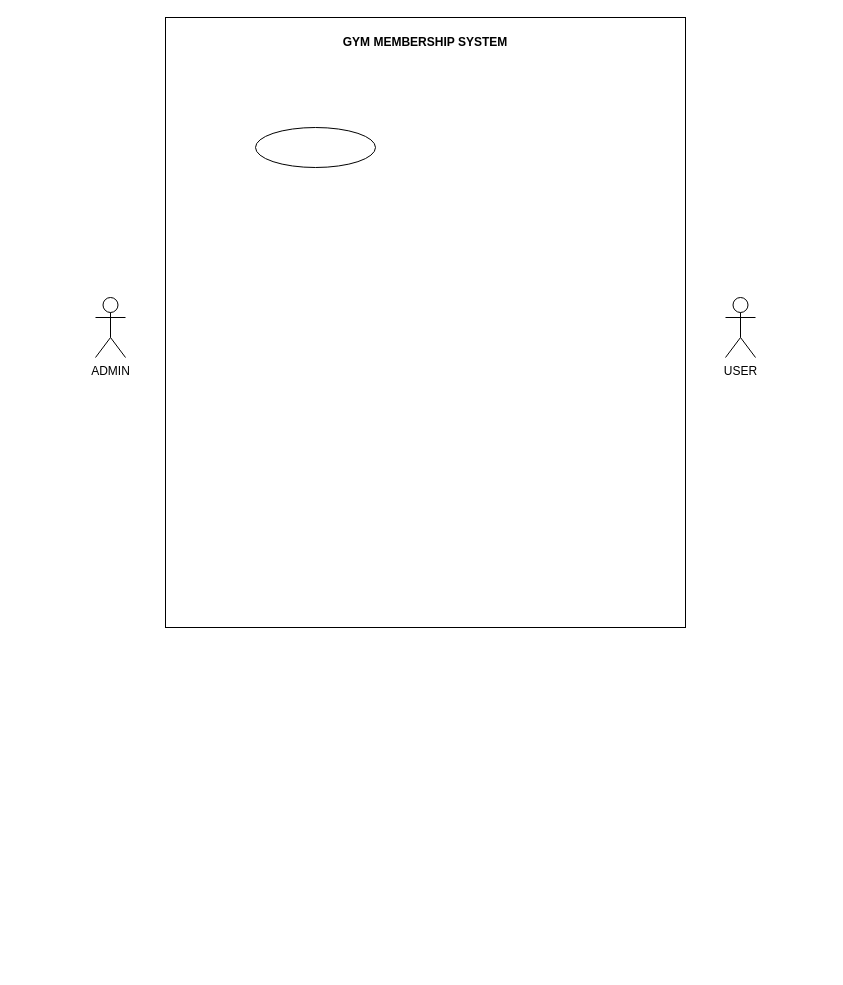
Earlier version of the draw.io diagram Use Case Gym_Membership.drawio (AbeSoll/Draw.io). Source tidied: cells renumbered, new cells numbered last; positions are measured from the earlier drawing's top-left corner, leaving out a move shared by most shapes. Both pictures are drawn from the tidied source at 100%, with x=0, y=0 at pixel (95, 17).
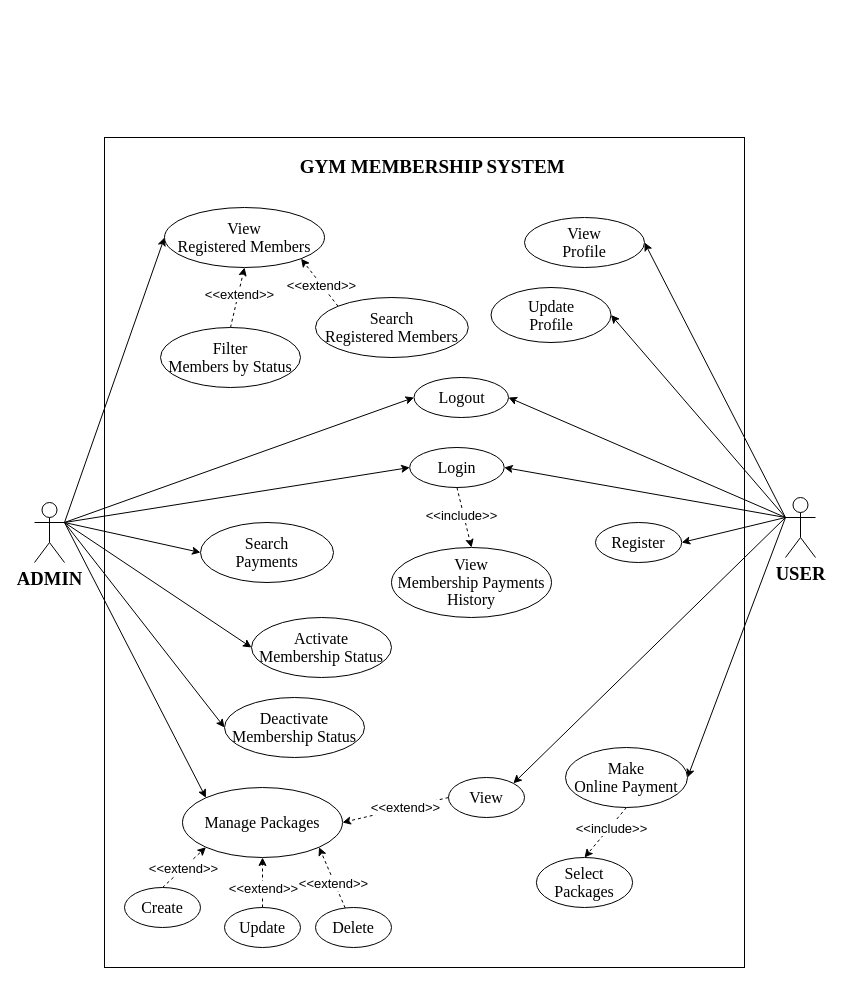
After the change.

What changed in the source:
```diff
@@
     <mxCell id="2" style="rounded=0;whiteSpace=wrap;html=1;" parent="1" vertex="1">
-      <mxGeometry x="70" width="520" height="610" as="geometry" />
+      <mxGeometry x="9" y="120" width="640" height="830" as="geometry" />
     </mxCell>
+    <mxCell id="7" style="rounded=0;jettySize=auto;html=1;exitX=1;exitY=0.3333333333333333;exitDx=0;exitDy=0;exitPerimeter=0;entryX=0;entryY=0.5;entryDx=0;entryDy=0;" parent="1" edge="1" source="3" target="21">
+      <mxGeometry relative="1" as="geometry" />
+    </mxCell>
+    <mxCell id="8" style="rounded=0;jettySize=auto;html=1;exitX=1;exitY=0.3333333333333333;exitDx=0;exitDy=0;exitPerimeter=0;entryX=0;entryY=0.5;entryDx=0;entryDy=0;" parent="1" edge="1" source="3" target="29">
+      <mxGeometry relative="1" as="geometry" />
+    </mxCell>
+    <mxCell id="9" style="rounded=0;jettySize=auto;html=1;entryX=0;entryY=0;entryDx=0;entryDy=0;exitX=1;exitY=0.3333333333333333;exitDx=0;exitDy=0;exitPerimeter=0;" parent="1" edge="1" source="3" target="30">
+      <mxGeometry relative="1" as="geometry" />
+    </mxCell>
+    <mxCell id="10" style="rounded=0;jettySize=auto;html=1;exitX=1;exitY=0.3333333333333333;exitDx=0;exitDy=0;exitPerimeter=0;entryX=0;entryY=0.5;entryDx=0;entryDy=0;" parent="1" edge="1" source="3" target="34">
+      <mxGeometry relative="1" as="geometry" />
+    </mxCell>
+    <mxCell id="11" style="rounded=0;jettySize=auto;html=1;exitX=1;exitY=0.3333333333333333;exitDx=0;exitDy=0;exitPerimeter=0;entryX=0;entryY=0.5;entryDx=0;entryDy=0;" parent="1" edge="1" source="3" target="49">
+      <mxGeometry relative="1" as="geometry" />
+    </mxCell>
+    <mxCell id="12" style="rounded=0;jettySize=auto;html=1;exitX=1;exitY=0.3333333333333333;exitDx=0;exitDy=0;exitPerimeter=0;entryX=0;entryY=0.5;entryDx=0;entryDy=0;" parent="1" edge="1" source="3" target="53">
+      <mxGeometry relative="1" as="geometry" />
+    </mxCell>
+    <mxCell id="13" style="rounded=0;jettySize=auto;html=1;exitX=1;exitY=0.3333333333333333;exitDx=0;exitDy=0;exitPerimeter=0;entryX=0;entryY=0.5;entryDx=0;entryDy=0;" parent="1" edge="1" source="3" target="54">
+      <mxGeometry relative="1" as="geometry" />
+    </mxCell>
-    <mxCell id="3" value="ADMIN" style="shape=umlActor;verticalLabelPosition=bottom;verticalAlign=top;html=1;outlineConnect=0;" parent="1" vertex="1">
-      <mxGeometry y="280" width="30" height="60" as="geometry" />
+    <mxCell id="3" value="&lt;b&gt;&lt;span style=&quot;font-size: 14pt; line-height: 107%; font-family: &amp;quot;Times New Roman&amp;quot;, serif;&quot;&gt;ADMIN&lt;/span&gt;&lt;/b&gt;" style="shape=umlActor;verticalLabelPosition=bottom;verticalAlign=top;html=1;outlineConnect=0;" parent="1" vertex="1">
+      <mxGeometry x="-61" y="485" width="30" height="60" as="geometry" />
     </mxCell>
+    <mxCell id="14" style="rounded=0;jettySize=auto;html=1;exitX=0;exitY=0.3333333333333333;exitDx=0;exitDy=0;exitPerimeter=0;entryX=1;entryY=0.5;entryDx=0;entryDy=0;" parent="1" edge="1" source="4" target="31">
+      <mxGeometry relative="1" as="geometry" />
+    </mxCell>
+    <mxCell id="15" style="rounded=0;jettySize=auto;html=1;exitX=0;exitY=0.3333333333333333;exitDx=0;exitDy=0;exitPerimeter=0;entryX=1;entryY=0.5;entryDx=0;entryDy=0;" parent="1" edge="1" source="4" target="35">
+      <mxGeometry relative="1" as="geometry" />
+    </mxCell>
+    <mxCell id="16" style="rounded=0;jettySize=auto;html=1;exitX=0;exitY=0.3333333333333333;exitDx=0;exitDy=0;exitPerimeter=0;entryX=1;entryY=0;entryDx=0;entryDy=0;" parent="1" edge="1" source="4" target="46">
+      <mxGeometry relative="1" as="geometry" />
+    </mxCell>
+    <mxCell id="17" style="rounded=0;jettySize=auto;html=1;exitX=0;exitY=0.3333333333333333;exitDx=0;exitDy=0;exitPerimeter=0;entryX=1;entryY=0.5;entryDx=0;entryDy=0;" parent="1" edge="1" source="4" target="39">
+      <mxGeometry relative="1" as="geometry" />
+    </mxCell>
+    <mxCell id="18" style="rounded=0;jettySize=auto;html=1;exitX=0;exitY=0.3333333333333333;exitDx=0;exitDy=0;exitPerimeter=0;entryX=1;entryY=0.5;entryDx=0;entryDy=0;" parent="1" edge="1" source="4" target="34">
+      <mxGeometry relative="1" as="geometry" />
+    </mxCell>
+    <mxCell id="19" style="rounded=0;jettySize=auto;html=1;exitX=0;exitY=0.3333333333333333;exitDx=0;exitDy=0;exitPerimeter=0;entryX=1;entryY=0.5;entryDx=0;entryDy=0;" parent="1" edge="1" source="4" target="6">
+      <mxGeometry relative="1" as="geometry" />
+    </mxCell>
+    <mxCell id="20" style="rounded=0;jettySize=auto;html=1;exitX=0;exitY=0.3333333333333333;exitDx=0;exitDy=0;exitPerimeter=0;entryX=1;entryY=0.5;entryDx=0;entryDy=0;" parent="1" edge="1" source="4" target="49">
+      <mxGeometry relative="1" as="geometry" />
+    </mxCell>
-    <mxCell id="4" value="USER" style="shape=umlActor;verticalLabelPosition=bottom;verticalAlign=top;html=1;outlineConnect=0;" parent="1" vertex="1">
-      <mxGeometry x="630" y="280" width="30" height="60" as="geometry" />
+    <mxCell id="4" value="&lt;b&gt;&lt;span style=&quot;font-size: 14pt; line-height: 107%; font-family: &amp;quot;Times New Roman&amp;quot;, serif;&quot;&gt;USER&lt;/span&gt;&lt;/b&gt;" style="shape=umlActor;verticalLabelPosition=bottom;verticalAlign=top;html=1;outlineConnect=0;" parent="1" vertex="1">
+      <mxGeometry x="690" y="480" width="30" height="60" as="geometry" />
     </mxCell>
-    <mxCell id="5" value="GYM MEMBERSHIP SYSTEM" style="text;html=1;align=center;verticalAlign=middle;whiteSpace=wrap;rounded=0;fontStyle=1;" parent="1" vertex="1">
-      <mxGeometry x="227" y="10" width="206" height="30" as="geometry" />
+    <mxCell id="5" value="&lt;p class=&quot;MsoNormal&quot; align=&quot;center&quot; style=&quot;margin-bottom: 0cm; line-height: 150%;&quot;&gt;&lt;b&gt;&lt;span style=&quot;line-height: 150%; font-family: &amp;quot;Times New Roman&amp;quot;, serif;&quot;&gt;GYM MEMBERSHIP SYSTEM&amp;nbsp;&lt;/span&gt;&lt;/b&gt;&lt;/p&gt;" style="text;html=1;align=center;verticalAlign=middle;whiteSpace=wrap;rounded=0;fontStyle=1;fontSize=19;" parent="1" vertex="1">
+      <mxGeometry x="162.5" y="120" width="353" height="40" as="geometry" />
     </mxCell>
-    <mxCell id="6" style="ellipse;whiteSpace=wrap;html=1;" parent="1" vertex="1">
-      <mxGeometry x="160" y="110" width="120" height="40" as="geometry" />
+    <mxCell id="6" value="&lt;span style=&quot;font-size: 12pt; line-height: 107%; font-family: &amp;quot;Times New Roman&amp;quot;, serif;&quot;&gt;Register&lt;/span&gt;" style="ellipse;whiteSpace=wrap;html=1;" parent="1" vertex="1">
+      <mxGeometry x="500" y="505" width="86.2" height="40" as="geometry" />
     </mxCell>
+    <mxCell id="21" value="&lt;span style=&quot;font-size: 12pt; line-height: 107%; font-family: &amp;quot;Times New Roman&amp;quot;, serif;&quot;&gt;View&lt;br/&gt;Registered Members&lt;/span&gt;" style="ellipse;whiteSpace=wrap;html=1;" parent="1" vertex="1">
+      <mxGeometry x="69" y="190" width="160" height="60" as="geometry" />
+    </mxCell>
+    <mxCell id="22" style="rounded=0;jettySize=auto;html=1;exitX=0;exitY=0;exitDx=0;exitDy=0;entryX=1;entryY=1;entryDx=0;entryDy=0;dashed=1;" parent="1" edge="1" source="24" target="21">
+      <mxGeometry relative="1" as="geometry" />
+    </mxCell>
+    <mxCell id="23" value="&amp;lt;&amp;lt;extend&amp;gt;&amp;gt;" style="edgeLabel;html=1;align=center;verticalAlign=middle;fontSize=13;" parent="22" vertex="1">
+      <mxGeometry x="-0.09" relative="1" as="geometry" />
+    </mxCell>
+    <mxCell id="24" value="&lt;span style=&quot;font-size: 12pt; line-height: 107%; font-family: &amp;quot;Times New Roman&amp;quot;, serif;&quot;&gt;Search&lt;br/&gt;Registered Members&lt;/span&gt;" style="ellipse;whiteSpace=wrap;html=1;" parent="1" vertex="1">
+      <mxGeometry x="220" y="280" width="152.8" height="60" as="geometry" />
+    </mxCell>
+    <mxCell id="25" style="rounded=0;jettySize=auto;html=1;exitX=0.5;exitY=0;exitDx=0;exitDy=0;entryX=0.5;entryY=1;entryDx=0;entryDy=0;dashed=1;" parent="1" edge="1" source="27" target="21">
+      <mxGeometry relative="1" as="geometry" />
+    </mxCell>
+    <mxCell id="26" value="&amp;lt;&amp;lt;extend&amp;gt;&amp;gt;" style="edgeLabel;html=1;align=center;verticalAlign=middle;fontSize=13;" parent="25" vertex="1">
+      <mxGeometry x="0.12" y="-1" relative="1" as="geometry" />
+    </mxCell>
+    <mxCell id="27" value="&lt;span style=&quot;font-size: 12pt; line-height: 107%; font-family: &amp;quot;Times New Roman&amp;quot;, serif;&quot;&gt;Filter&lt;br/&gt;Members by Status&lt;/span&gt;" style="ellipse;whiteSpace=wrap;html=1;" parent="1" vertex="1">
+      <mxGeometry x="65" y="310" width="140" height="60" as="geometry" />
+    </mxCell>
+    <mxCell id="28" value="&lt;span style=&quot;font-size: 12pt; line-height: 107%; font-family: &amp;quot;Times New Roman&amp;quot;, serif;&quot;&gt;View&lt;br&gt;Membership Payments History&lt;/span&gt;" style="ellipse;whiteSpace=wrap;html=1;" parent="1" vertex="1">
+      <mxGeometry x="296" y="530" width="160" height="70" as="geometry" />
+    </mxCell>
+    <mxCell id="29" value="&lt;span style=&quot;font-size: 12pt; line-height: 107%; font-family: &amp;quot;Times New Roman&amp;quot;, serif;&quot;&gt;Search&lt;br/&gt;Payments&lt;/span&gt;" style="ellipse;whiteSpace=wrap;html=1;" parent="1" vertex="1">
+      <mxGeometry x="105" y="505" width="133" height="60" as="geometry" />
+    </mxCell>
+    <mxCell id="30" value="&lt;font face=&quot;Times New Roman, serif&quot;&gt;&lt;span style=&quot;font-size: 16px;&quot;&gt;Manage Packages&lt;/span&gt;&lt;/font&gt;" style="ellipse;whiteSpace=wrap;html=1;" parent="1" vertex="1">
+      <mxGeometry x="87" y="770" width="160" height="70" as="geometry" />
+    </mxCell>
+    <mxCell id="31" value="&lt;span style=&quot;font-size: 12pt; line-height: 107%; font-family: &amp;quot;Times New Roman&amp;quot;, serif;&quot;&gt;View&lt;br/&gt;Profile&lt;/span&gt;" style="ellipse;whiteSpace=wrap;html=1;" parent="1" vertex="1">
+      <mxGeometry x="429" y="200" width="120" height="50" as="geometry" />
+    </mxCell>
+    <mxCell id="32" style="rounded=0;jettySize=auto;html=1;exitX=0.5;exitY=1;exitDx=0;exitDy=0;entryX=0.5;entryY=0;entryDx=0;entryDy=0;dashed=1;" parent="1" edge="1" source="34" target="28">
+      <mxGeometry relative="1" as="geometry" />
+    </mxCell>
+    <mxCell id="33" value="&amp;lt;&amp;lt;include&amp;gt;&amp;gt;" style="edgeLabel;html=1;align=center;verticalAlign=middle;fontSize=13;" parent="32" vertex="1">
+      <mxGeometry x="-0.2" y="-4" relative="1" as="geometry">
+        <mxPoint x="2" y="2" as="offset" />
+      </mxGeometry>
+    </mxCell>
+    <mxCell id="34" value="&lt;span style=&quot;font-size: 12pt; line-height: 107%; font-family: &amp;quot;Times New Roman&amp;quot;, serif;&quot;&gt;Login&lt;/span&gt;" style="ellipse;whiteSpace=wrap;html=1;" parent="1" vertex="1">
+      <mxGeometry x="314.2" y="430" width="94.5" height="40" as="geometry" />
+    </mxCell>
+    <mxCell id="35" value="&lt;span style=&quot;font-size: 12pt; line-height: 107%; font-family: &amp;quot;Times New Roman&amp;quot;, serif;&quot;&gt;Update&lt;br/&gt;Profile&lt;/span&gt;" style="ellipse;whiteSpace=wrap;html=1;" parent="1" vertex="1">
+      <mxGeometry x="395.5" y="270" width="120" height="55" as="geometry" />
+    </mxCell>
+    <mxCell id="36" value="&lt;span style=&quot;font-size: 12pt; line-height: 107%; font-family: &amp;quot;Times New Roman&amp;quot;, serif;&quot;&gt;Select&lt;br/&gt;Packages&lt;/span&gt;" style="ellipse;whiteSpace=wrap;html=1;" parent="1" vertex="1">
+      <mxGeometry x="440.9" y="840" width="96.2" height="50" as="geometry" />
+    </mxCell>
+    <mxCell id="37" style="rounded=0;jettySize=auto;html=1;exitX=0.5;exitY=1;exitDx=0;exitDy=0;entryX=0.5;entryY=0;entryDx=0;entryDy=0;dashed=1;" parent="1" edge="1" source="39" target="36">
+      <mxGeometry relative="1" as="geometry" />
+    </mxCell>
+    <mxCell id="38" value="&amp;lt;&amp;lt;include&amp;gt;&amp;gt;" style="edgeLabel;html=1;align=center;verticalAlign=middle;fontSize=13;" parent="37" vertex="1">
+      <mxGeometry x="-0.21" y="2" relative="1" as="geometry">
+        <mxPoint y="-1" as="offset" />
+      </mxGeometry>
+    </mxCell>
+    <mxCell id="39" value="&lt;span style=&quot;font-size: 12pt; line-height: 107%; font-family: &amp;quot;Times New Roman&amp;quot;, serif;&quot;&gt;Make&lt;br/&gt;Online Payment&lt;/span&gt;" style="ellipse;whiteSpace=wrap;html=1;" parent="1" vertex="1">
+      <mxGeometry x="470" y="730" width="122" height="60" as="geometry" />
+    </mxCell>
+    <mxCell id="40" style="rounded=0;jettySize=auto;html=1;exitX=0.5;exitY=0;exitDx=0;exitDy=0;entryX=0;entryY=1;entryDx=0;entryDy=0;dashed=1;" parent="1" edge="1" source="41" target="30">
+      <mxGeometry relative="1" as="geometry" />
+    </mxCell>
+    <mxCell id="41" value="&lt;span style=&quot;font-size: 12pt; line-height: 107%; font-family: &amp;quot;Times New Roman&amp;quot;, serif;&quot;&gt;Create&lt;/span&gt;" style="ellipse;whiteSpace=wrap;html=1;" parent="1" vertex="1">
+      <mxGeometry x="29" y="870" width="76" height="40" as="geometry" />
+    </mxCell>
+    <mxCell id="42" style="rounded=0;jettySize=auto;html=1;exitX=0.5;exitY=0;exitDx=0;exitDy=0;entryX=0.5;entryY=1;entryDx=0;entryDy=0;dashed=1;" parent="1" edge="1" source="43" target="30">
+      <mxGeometry relative="1" as="geometry" />
+    </mxCell>
+    <mxCell id="43" value="&lt;font face=&quot;Times New Roman, serif&quot;&gt;&lt;span style=&quot;font-size: 16px;&quot;&gt;Update&lt;/span&gt;&lt;/font&gt;" style="ellipse;whiteSpace=wrap;html=1;" parent="1" vertex="1">
+      <mxGeometry x="129" y="890" width="76" height="40" as="geometry" />
+    </mxCell>
+    <mxCell id="44" style="rounded=0;jettySize=auto;html=1;exitX=0;exitY=0.5;exitDx=0;exitDy=0;entryX=1;entryY=0.5;entryDx=0;entryDy=0;dashed=1;" parent="1" edge="1" source="46" target="30">
+      <mxGeometry relative="1" as="geometry" />
+    </mxCell>
+    <mxCell id="45" value="&amp;lt;&amp;lt;extend&amp;gt;&amp;gt;" style="edgeLabel;html=1;align=center;verticalAlign=middle;fontSize=13;" parent="44" vertex="1">
+      <mxGeometry x="-0.15" y="-1" relative="1" as="geometry">
+        <mxPoint x="2" as="offset" />
+      </mxGeometry>
+    </mxCell>
+    <mxCell id="46" value="&lt;font face=&quot;Times New Roman, serif&quot;&gt;&lt;span style=&quot;font-size: 16px;&quot;&gt;View&lt;/span&gt;&lt;/font&gt;" style="ellipse;whiteSpace=wrap;html=1;" parent="1" vertex="1">
+      <mxGeometry x="353" y="760" width="76" height="40" as="geometry" />
+    </mxCell>
+    <mxCell id="47" style="rounded=0;jettySize=auto;html=1;entryX=1;entryY=1;entryDx=0;entryDy=0;dashed=1;" parent="1" edge="1" source="52" target="30">
+      <mxGeometry relative="1" as="geometry" />
+    </mxCell>
+    <mxCell id="48" value="&amp;lt;&amp;lt;extend&amp;gt;&amp;gt;" style="edgeLabel;html=1;align=center;verticalAlign=middle;fontSize=13;" parent="47" vertex="1">
+      <mxGeometry x="-0.16" y="1" relative="1" as="geometry" />
+    </mxCell>
+    <mxCell id="49" value="&lt;span style=&quot;font-size: 12pt; line-height: 107%; font-family: &amp;quot;Times New Roman&amp;quot;, serif;&quot;&gt;Logout&lt;/span&gt;" style="ellipse;whiteSpace=wrap;html=1;" parent="1" vertex="1">
+      <mxGeometry x="318.5" y="360" width="94.5" height="40" as="geometry" />
+    </mxCell>
+    <mxCell id="50" value="&amp;lt;&amp;lt;extend&amp;gt;&amp;gt;" style="edgeLabel;html=1;align=center;verticalAlign=middle;fontSize=13;" parent="1" vertex="1">
+      <mxGeometry x="167" y="870" as="geometry" />
+    </mxCell>
+    <mxCell id="51" value="&amp;lt;&amp;lt;extend&amp;gt;&amp;gt;" style="edgeLabel;html=1;align=center;verticalAlign=middle;fontSize=13;" parent="1" vertex="1">
+      <mxGeometry x="87" y="850" as="geometry" />
+    </mxCell>
+    <mxCell id="52" value="&lt;font face=&quot;Times New Roman, serif&quot;&gt;&lt;span style=&quot;font-size: 16px;&quot;&gt;Delete&lt;/span&gt;&lt;/font&gt;" style="ellipse;whiteSpace=wrap;html=1;" parent="1" vertex="1">
+      <mxGeometry x="220" y="890" width="76" height="40" as="geometry" />
+    </mxCell>
+    <mxCell id="53" value="&lt;span style=&quot;font-size: 12pt; line-height: 107%; font-family: &amp;quot;Times New Roman&amp;quot;, serif;&quot;&gt;Activate&lt;br/&gt;Membership Status&lt;/span&gt;" style="ellipse;whiteSpace=wrap;html=1;" parent="1" vertex="1">
+      <mxGeometry x="156" y="600" width="140" height="60" as="geometry" />
+    </mxCell>
+    <mxCell id="54" value="&lt;span style=&quot;font-size: 12pt; line-height: 107%; font-family: &amp;quot;Times New Roman&amp;quot;, serif;&quot;&gt;Deactivate&lt;br&gt;Membership Status&lt;/span&gt;" style="ellipse;whiteSpace=wrap;html=1;" parent="1" vertex="1">
+      <mxGeometry x="129" y="680" width="140" height="60" as="geometry" />
+    </mxCell>
```
